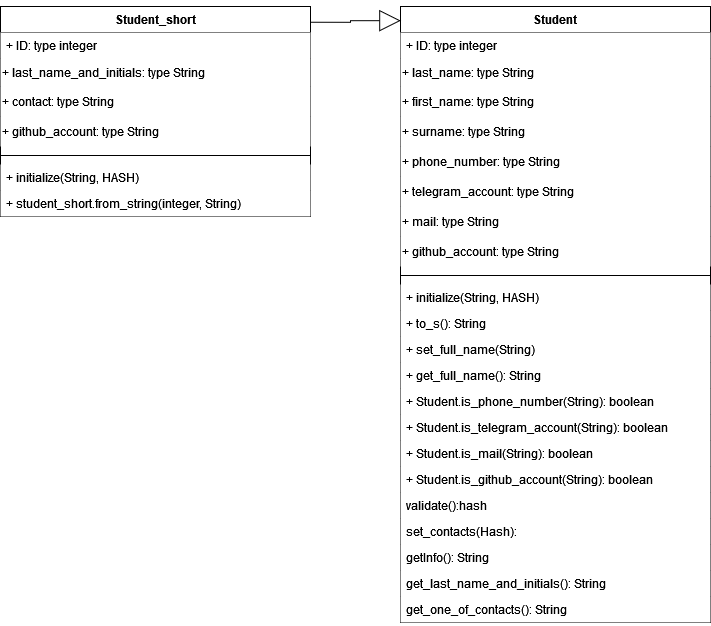
KIJEMORI/Design_Patterns_Ruby keeps this draw.io diagram as Ruby_Kernel_classes_and_models/class diagram.png. Above is the earlier version. Source tidied: cells renumbered, new cells last; positions are measured from the earlier drawing's top-left corner, leaving out a move shared by most shapes.
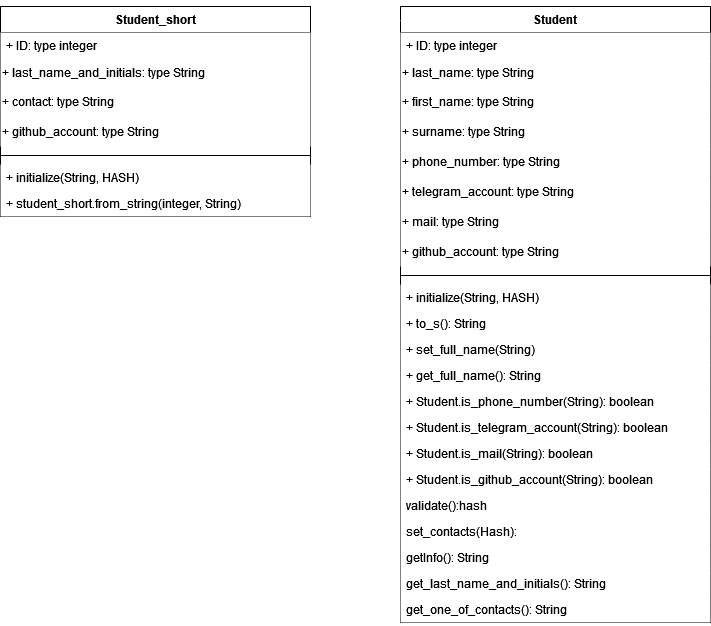
Later version of the same file.

Commit message:
Lab 2 | Task 2 | class diagram

изменил стрелочку на белую

The edit, as a diff of the source:
```diff
@@ -95,7 +95,7 @@
     <mxCell id="32" value="+ student_short.from_string(integer, String)" style="text;strokeColor=none;fillColor=#FFFFFF;align=left;verticalAlign=top;spacingLeft=4;spacingRight=4;overflow=hidden;whiteSpace=wrap;html=1;" parent="25" vertex="1">
       <mxGeometry y="184" width="310" height="26" as="geometry" />
     </mxCell>
-    <mxCell id="33" style="edgeStyle=orthogonalEdgeStyle;rounded=0;jettySize=auto;html=1;exitX=0.001;exitY=0.023;exitDx=0;exitDy=0;entryX=1.001;entryY=0.075;entryDx=0;entryDy=0;endArrow=none;endFill=0;endSize=18;startArrow=block;startFill=0;targetPerimeterSpacing=20;sourcePerimeterSpacing=4;startSize=19;exitPerimeter=0;entryPerimeter=0;" parent="1" edge="1" source="2" target="25">
+    <mxCell id="33" style="edgeStyle=orthogonalEdgeStyle;rounded=0;jettySize=auto;html=1;exitX=0.001;exitY=0.023;exitDx=0;exitDy=0;entryX=1.001;entryY=0.075;entryDx=0;entryDy=0;endArrow=none;endFill=0;endSize=18;startArrow=block;startFill=0;targetPerimeterSpacing=20;sourcePerimeterSpacing=4;startSize=19;exitPerimeter=0;entryPerimeter=0;strokeColor=#FFFFFF;" parent="1" edge="1" source="2" target="25">
       <mxGeometry relative="1" as="geometry" />
     </mxCell>
   </root>
```
